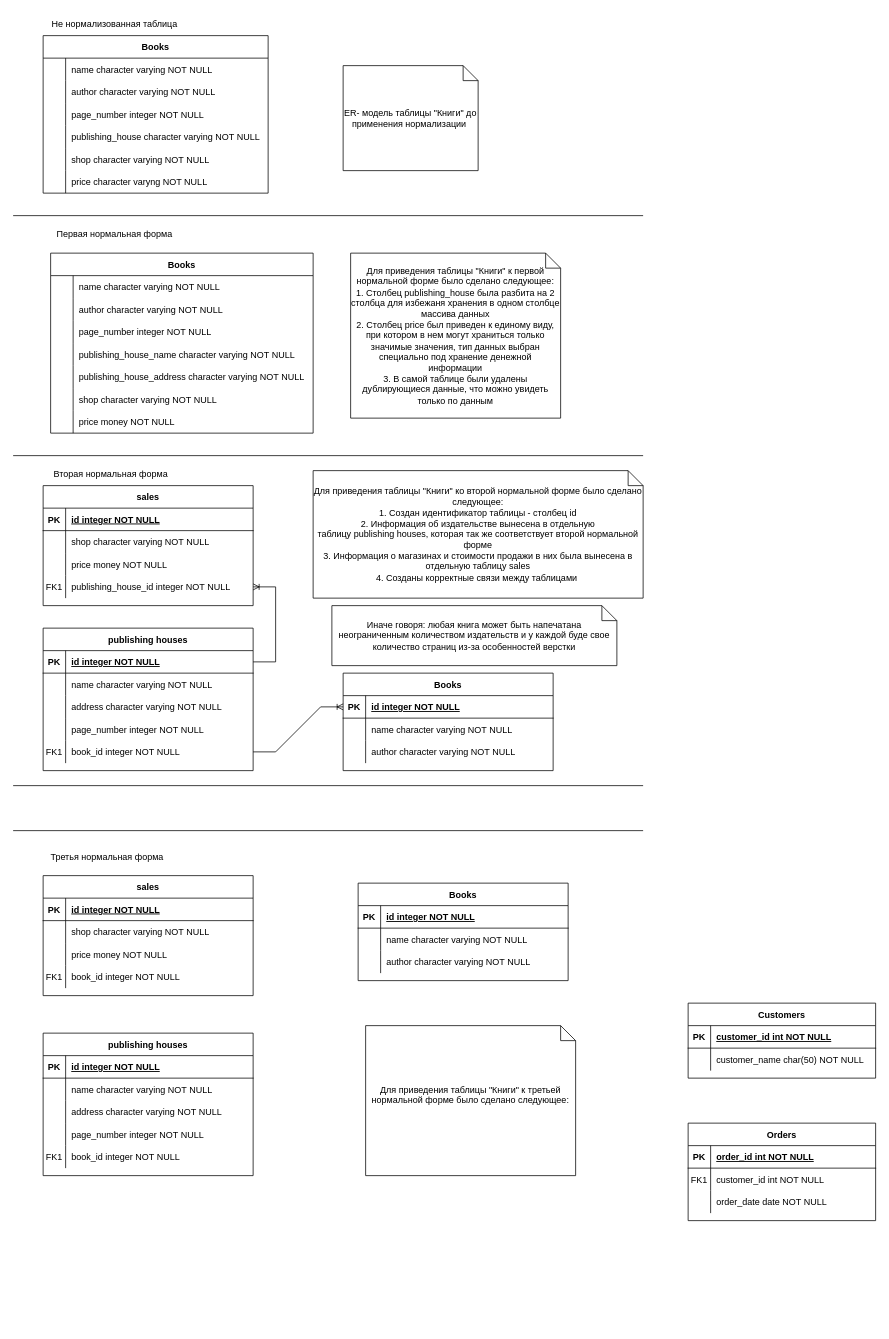
Above: Диаграмма без названия.drawio in Anna-the-racoon/For_draw_io (draw.io), before the change. Source tidied: cells renumbered, new cells numbered last; positions are measured from the earlier drawing's top-left corner, leaving out a move shared by most shapes. Both pictures are drawn from the tidied source at 75%, with x=0, y=0 at pixel (13, 13).
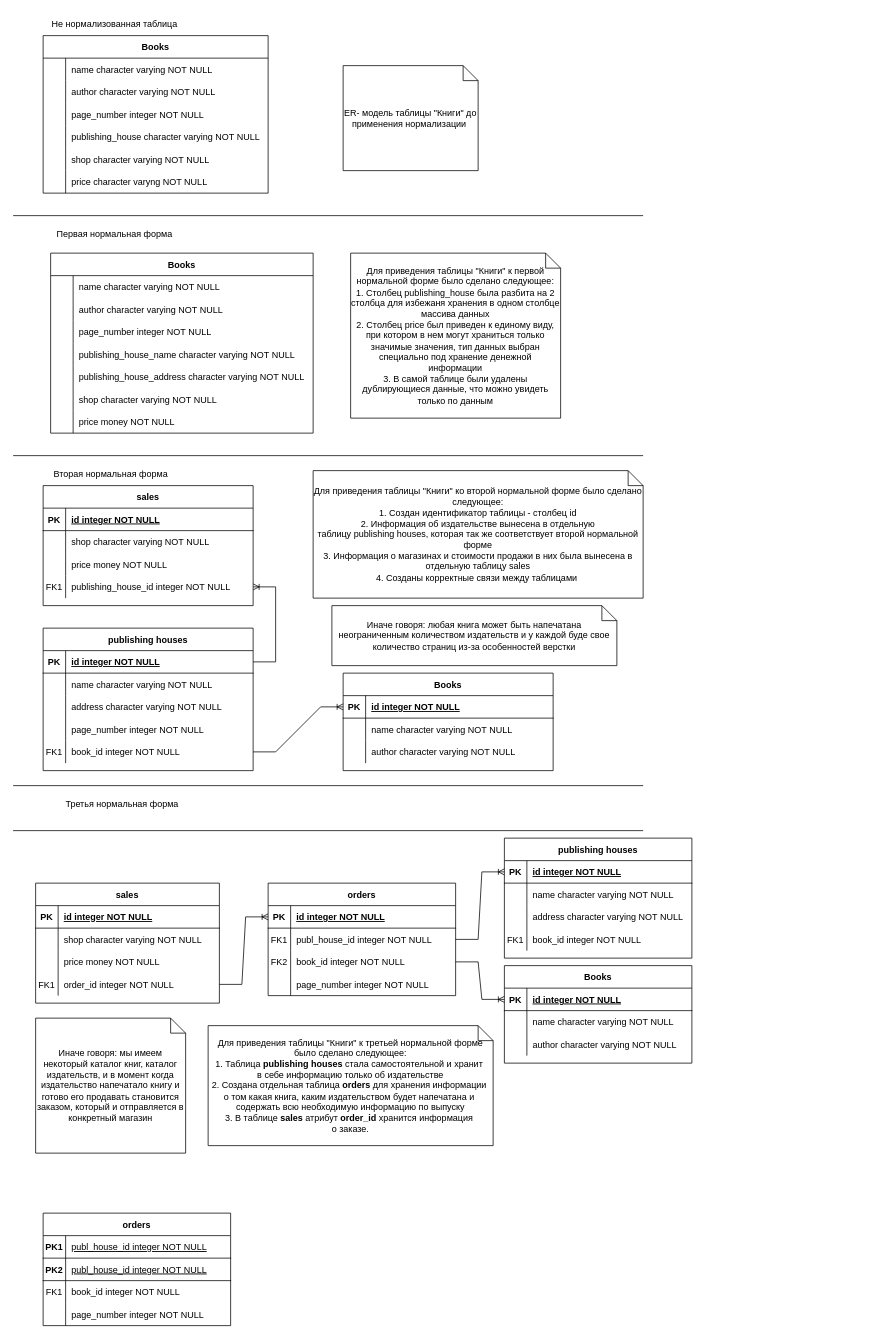
The same diagram, later.

Unchanged cells that the change refers to:
```xml
<mxCell id="30" style="shape=partialRectangle;fillColor=none;points=[[0,0.5],[1,0.5]];portConstraint=eastwest;top=0;left=0;right=0;bottom=1;" parent="29" vertex="1">
  <mxGeometry y="30" width="250" height="30" as="geometry" />
</mxCell>
<mxCell id="33" style="shape=partialRectangle;fillColor=none;points=[[0,0.5],[1,0.5]];portConstraint=eastwest;top=0;left=0;right=0;bottom=0;" parent="29" vertex="1">
  <mxGeometry y="60" width="250" height="30" as="geometry" />
</mxCell>
<mxCell id="36" style="shape=partialRectangle;fillColor=none;points=[[0,0.5],[1,0.5]];portConstraint=eastwest;top=0;left=0;right=0;bottom=0;" parent="29" vertex="1">
  <mxGeometry y="90" width="250" height="30" as="geometry" />
</mxCell>
```

Change to the diagram source:
```diff
@@
-    <mxCell id="29" value="Orders" style="shape=table;startSize=30;childLayout=tableLayout;rowLines=0;fontStyle=1;align=center;" parent="1" vertex="1">
-      <mxGeometry x="900" y="1480" width="250" height="130" as="geometry" />
+    <mxCell id="29" value="orders" style="shape=table;startSize=30;childLayout=tableLayout;rowLines=0;fontStyle=1;align=center;" parent="1" vertex="1">
+      <mxGeometry x="340" y="1160" width="250" height="150" as="geometry" />
     </mxCell>
@@
-    <mxCell id="32" value="order_id int NOT NULL " style="shape=partialRectangle;overflow=hidden;fillColor=none;top=0;left=0;bottom=0;right=0;align=left;spacingLeft=6;fontStyle=5;" parent="30" vertex="1">
+    <mxCell id="32" value="id integer NOT NULL " style="shape=partialRectangle;overflow=hidden;fillColor=none;top=0;left=0;bottom=0;right=0;align=left;spacingLeft=6;fontStyle=5;" parent="30" vertex="1">
       <mxGeometry x="30" width="220" height="30" as="geometry" />
     </mxCell>
@@
-    <mxCell id="35" value="customer_id int NOT NULL" style="shape=partialRectangle;overflow=hidden;fillColor=none;top=0;left=0;bottom=0;right=0;align=left;spacingLeft=6;" parent="33" vertex="1">
+    <mxCell id="35" value="publ_house_id integer NOT NULL" style="shape=partialRectangle;overflow=hidden;fillColor=none;top=0;left=0;bottom=0;right=0;align=left;spacingLeft=6;" parent="33" vertex="1">
       <mxGeometry x="30" width="220" height="30" as="geometry" />
     </mxCell>
@@
-    <mxCell id="37" style="shape=partialRectangle;overflow=hidden;fillColor=none;top=0;left=0;bottom=0;right=0;" parent="36" vertex="1">
+    <mxCell id="37" value="FK2" style="shape=partialRectangle;overflow=hidden;fillColor=none;top=0;left=0;bottom=0;right=0;" parent="36" vertex="1">
       <mxGeometry width="30" height="30" as="geometry" />
     </mxCell>
-    <mxCell id="38" value="order_date date NOT NULL" style="shape=partialRectangle;overflow=hidden;fillColor=none;top=0;left=0;bottom=0;right=0;align=left;spacingLeft=6;" parent="36" vertex="1">
+    <mxCell id="38" value="book_id integer NOT NULL" style="shape=partialRectangle;overflow=hidden;fillColor=none;top=0;left=0;bottom=0;right=0;align=left;spacingLeft=6;" parent="36" vertex="1">
       <mxGeometry x="30" width="220" height="30" as="geometry" />
     </mxCell>
-    <mxCell id="39" value="Customers" style="shape=table;startSize=30;childLayout=tableLayout;rowLines=0;fontStyle=1;align=center;" parent="1" vertex="1">
-      <mxGeometry x="900" y="1320" width="250" height="100" as="geometry" />
-    </mxCell>
-    <mxCell id="40" style="shape=partialRectangle;fillColor=none;top=0;left=0;right=0;bottom=1;" parent="39" vertex="1">
-      <mxGeometry y="30" width="250" height="30" as="geometry" />
-    </mxCell>
-    <mxCell id="41" value="PK" style="shape=partialRectangle;overflow=hidden;fillColor=none;top=0;left=0;bottom=0;right=0;fontStyle=1;" parent="40" vertex="1">
-      <mxGeometry width="30" height="30" as="geometry" />
-    </mxCell>
-    <mxCell id="42" value="customer_id int NOT NULL " style="shape=partialRectangle;overflow=hidden;fillColor=none;top=0;left=0;bottom=0;right=0;align=left;spacingLeft=6;fontStyle=5;" parent="40" vertex="1">
-      <mxGeometry x="30" width="220" height="30" as="geometry" />
-    </mxCell>
-    <mxCell id="43" style="shape=partialRectangle;fillColor=none;top=0;left=0;right=0;bottom=0;" parent="39" vertex="1">
-      <mxGeometry y="60" width="250" height="30" as="geometry" />
-    </mxCell>
-    <mxCell id="44" style="shape=partialRectangle;overflow=hidden;fillColor=none;top=0;left=0;bottom=0;right=0;" parent="43" vertex="1">
-      <mxGeometry width="30" height="30" as="geometry" />
-    </mxCell>
-    <mxCell id="45" value="customer_name char(50) NOT NULL" style="shape=partialRectangle;overflow=hidden;fillColor=none;top=0;left=0;bottom=0;right=0;align=left;spacingLeft=6;" parent="43" vertex="1">
-      <mxGeometry x="30" width="220" height="30" as="geometry" />
-    </mxCell>
+    <mxCell id="155" style="shape=partialRectangle;fillColor=none;top=0;left=0;right=0;bottom=0;" parent="29" vertex="1">
+      <mxGeometry y="120" width="250" height="30" as="geometry" />
+    </mxCell>
+    <mxCell id="156" style="shape=partialRectangle;overflow=hidden;fillColor=none;top=0;left=0;bottom=0;right=0;" parent="155" vertex="1">
+      <mxGeometry width="30" height="30" as="geometry" />
+    </mxCell>
+    <mxCell id="157" value="page_number integer NOT NULL" style="shape=partialRectangle;overflow=hidden;fillColor=none;top=0;left=0;bottom=0;right=0;align=left;spacingLeft=6;" parent="155" vertex="1">
+      <mxGeometry x="30" width="220" height="30" as="geometry" />
+    </mxCell>
@@
     <mxCell id="110" value="Третья нормальная форма" style="text;html=1;align=center;verticalAlign=middle;strokeColor=none;fillColor=none;" parent="1" vertex="1">
-      <mxGeometry x="40" y="1110" width="170" height="30" as="geometry" />
+      <mxGeometry x="60" y="1040" width="170" height="30" as="geometry" />
     </mxCell>
     <mxCell id="111" value="sales" style="shape=table;startSize=30;childLayout=tableLayout;rowLines=0;fontStyle=1;align=center;" parent="1" vertex="1">
-      <mxGeometry x="40" y="1150" width="280" height="160" as="geometry" />
+      <mxGeometry x="30" y="1160" width="245" height="160" as="geometry" />
     </mxCell>
     <mxCell id="112" style="shape=partialRectangle;fillColor=none;top=0;left=0;right=0;bottom=1;" parent="111" vertex="1">
-      <mxGeometry y="30" width="280" height="30" as="geometry" />
+      <mxGeometry y="30" width="245" height="30" as="geometry" />
     </mxCell>
@@
     <mxCell id="114" value="id integer NOT NULL" style="shape=partialRectangle;overflow=hidden;fillColor=none;top=0;left=0;bottom=0;right=0;align=left;spacingLeft=6;fontStyle=5;" parent="112" vertex="1">
-      <mxGeometry x="30" width="250" height="30" as="geometry" />
+      <mxGeometry x="30" width="215" height="30" as="geometry" />
     </mxCell>
     <mxCell id="115" style="shape=partialRectangle;fillColor=none;top=0;left=0;right=0;bottom=0;" parent="111" vertex="1">
-      <mxGeometry y="60" width="280" height="30" as="geometry" />
+      <mxGeometry y="60" width="245" height="30" as="geometry" />
     </mxCell>
@@
     <mxCell id="117" value="shop character varying NOT NULL" style="shape=partialRectangle;overflow=hidden;fillColor=none;top=0;left=0;bottom=0;right=0;align=left;spacingLeft=6;" parent="115" vertex="1">
-      <mxGeometry x="30" width="250" height="30" as="geometry" />
+      <mxGeometry x="30" width="215" height="30" as="geometry" />
     </mxCell>
     <mxCell id="118" style="shape=partialRectangle;fillColor=none;top=0;left=0;right=0;bottom=0;" parent="111" vertex="1">
-      <mxGeometry y="90" width="280" height="30" as="geometry" />
+      <mxGeometry y="90" width="245" height="30" as="geometry" />
     </mxCell>
@@
     <mxCell id="120" value="price money NOT NULL" style="shape=partialRectangle;overflow=hidden;fillColor=none;top=0;left=0;bottom=0;right=0;align=left;spacingLeft=6;" parent="118" vertex="1">
-      <mxGeometry x="30" width="250" height="30" as="geometry" />
+      <mxGeometry x="30" width="215" height="30" as="geometry" />
     </mxCell>
     <mxCell id="121" style="shape=partialRectangle;fillColor=none;points=[[0,0.5],[1,0.5]];portConstraint=eastwest;top=0;left=0;right=0;bottom=0;" parent="111" vertex="1">
-      <mxGeometry y="120" width="280" height="30" as="geometry" />
+      <mxGeometry y="120" width="245" height="30" as="geometry" />
     </mxCell>
@@
-    <mxCell id="123" value="book_id integer NOT NULL" style="shape=partialRectangle;overflow=hidden;fillColor=none;top=0;left=0;bottom=0;right=0;align=left;spacingLeft=6;" parent="121" vertex="1">
-      <mxGeometry x="30" width="250" height="30" as="geometry" />
+    <mxCell id="123" value="order_id integer NOT NULL" style="shape=partialRectangle;overflow=hidden;fillColor=none;top=0;left=0;bottom=0;right=0;align=left;spacingLeft=6;" parent="121" vertex="1">
+      <mxGeometry x="30" width="215" height="30" as="geometry" />
     </mxCell>
-    <mxCell id="124" value="Для приведения таблицы &quot;Книги&quot; к третьей нормальной форме было сделано следующее:&lt;div&gt;&lt;br&gt;&lt;/div&gt;" style="shape=note;size=20;whiteSpace=wrap;html=1;" parent="1" vertex="1">
-      <mxGeometry x="470" y="1350" width="280" height="200" as="geometry" />
+    <mxCell id="124" value="Для приведения таблицы &quot;Книги&quot; к третьей нормальной форме было сделано следующее:&lt;div&gt;1. Таблица&amp;nbsp;&lt;span style=&quot;font-weight: 700; text-wrap-mode: nowrap; background-color: initial;&quot;&gt;publishing houses &lt;/span&gt;&lt;span style=&quot;text-wrap-mode: nowrap; background-color: initial;&quot;&gt;стала самостоятельной&amp;nbsp;&lt;/span&gt;&lt;span style=&quot;background-color: initial; text-wrap-mode: nowrap;&quot;&gt;и хранит&amp;nbsp;&lt;/span&gt;&lt;/div&gt;&lt;div&gt;&lt;span style=&quot;background-color: initial; text-wrap-mode: nowrap;&quot;&gt;в себе информацию только об издательстве&lt;/span&gt;&lt;/div&gt;&lt;div&gt;&lt;span style=&quot;background-color: initial; text-wrap-mode: nowrap;&quot;&gt;2. Создана отдельная таблица&amp;nbsp;&lt;/span&gt;&lt;span style=&quot;font-weight: 700; text-wrap-mode: nowrap; background-color: initial;&quot;&gt;orders &lt;/span&gt;&lt;span style=&quot;text-wrap-mode: nowrap; background-color: initial;&quot;&gt;для хранения информации&amp;nbsp;&lt;/span&gt;&lt;/div&gt;&lt;div&gt;&lt;span style=&quot;text-wrap-mode: nowrap; background-color: initial;&quot;&gt;о том какая книга, каким издательством будет напечатана и&amp;nbsp;&lt;/span&gt;&lt;/div&gt;&lt;div&gt;&lt;span style=&quot;text-wrap-mode: nowrap; background-color: initial;&quot;&gt;содержать всю необходимую информацию по выпуску&lt;/span&gt;&lt;/div&gt;&lt;div&gt;&lt;span style=&quot;text-wrap-mode: nowrap; background-color: initial;&quot;&gt;3. В таблице&amp;nbsp;&lt;/span&gt;&lt;span style=&quot;font-weight: 700; text-wrap-mode: nowrap; background-color: initial;&quot;&gt;sales&lt;/span&gt;&lt;span style=&quot;text-wrap-mode: nowrap; background-color: initial;&quot;&gt;&amp;nbsp;атрибут&amp;nbsp;&lt;/span&gt;&lt;span style=&quot;text-align: left; text-wrap-mode: nowrap; background-color: initial;&quot;&gt;&lt;b&gt;order_id&lt;/b&gt;&amp;nbsp;хранится информация&amp;nbsp;&lt;/span&gt;&lt;/div&gt;&lt;div&gt;&lt;span style=&quot;text-align: left; text-wrap-mode: nowrap; background-color: initial;&quot;&gt;о заказе.&lt;/span&gt;&lt;/div&gt;" style="shape=note;size=20;whiteSpace=wrap;html=1;" parent="1" vertex="1">
+      <mxGeometry x="260" y="1350" width="380" height="160" as="geometry" />
     </mxCell>
@@
     <mxCell id="127" value="Books" style="shape=table;startSize=30;childLayout=tableLayout;rowLines=0;fontStyle=1;align=center;" parent="1" vertex="1">
-      <mxGeometry x="460" y="1160" width="280" height="130" as="geometry" />
+      <mxGeometry x="655" y="1270" width="250" height="130" as="geometry" />
     </mxCell>
     <mxCell id="128" style="shape=partialRectangle;fillColor=none;points=[[0,0.5],[1,0.5]];portConstraint=eastwest;top=0;left=0;right=0;bottom=1;" parent="127" vertex="1">
-      <mxGeometry y="30" width="280" height="30" as="geometry" />
+      <mxGeometry y="30" width="250" height="30" as="geometry" />
     </mxCell>
@@
     <mxCell id="130" value="id integer NOT NULL" style="shape=partialRectangle;overflow=hidden;fillColor=none;top=0;left=0;bottom=0;right=0;align=left;spacingLeft=6;fontStyle=5;" parent="128" vertex="1">
-      <mxGeometry x="30" width="250" height="30" as="geometry" />
+      <mxGeometry x="30" width="220" height="30" as="geometry" />
     </mxCell>
     <mxCell id="131" style="shape=partialRectangle;fillColor=none;top=0;left=0;right=0;bottom=0;" parent="127" vertex="1">
-      <mxGeometry y="60" width="280" height="30" as="geometry" />
+      <mxGeometry y="60" width="250" height="30" as="geometry" />
     </mxCell>
@@
     <mxCell id="133" value="name character varying NOT NULL" style="shape=partialRectangle;overflow=hidden;fillColor=none;top=0;left=0;bottom=0;right=0;align=left;spacingLeft=6;" parent="131" vertex="1">
-      <mxGeometry x="30" width="250" height="30" as="geometry" />
+      <mxGeometry x="30" width="220" height="30" as="geometry" />
     </mxCell>
     <mxCell id="134" style="shape=partialRectangle;fillColor=none;top=0;left=0;right=0;bottom=0;" parent="127" vertex="1">
-      <mxGeometry y="90" width="280" height="30" as="geometry" />
+      <mxGeometry y="90" width="250" height="30" as="geometry" />
     </mxCell>
@@
     <mxCell id="136" value="author character varying NOT NULL" style="shape=partialRectangle;overflow=hidden;fillColor=none;top=0;left=0;bottom=0;right=0;align=left;spacingLeft=6;" parent="134" vertex="1">
-      <mxGeometry x="30" width="250" height="30" as="geometry" />
+      <mxGeometry x="30" width="220" height="30" as="geometry" />
     </mxCell>
@@
     <mxCell id="138" value="publishing houses" style="shape=table;startSize=30;childLayout=tableLayout;rowLines=0;fontStyle=1;align=center;" parent="1" vertex="1">
-      <mxGeometry x="40" y="1360" width="280" height="190" as="geometry" />
+      <mxGeometry x="655" y="1100" width="250" height="160" as="geometry" />
     </mxCell>
     <mxCell id="139" style="shape=partialRectangle;fillColor=none;points=[[0,0.5],[1,0.5]];portConstraint=eastwest;top=0;left=0;right=0;bottom=1;" parent="138" vertex="1">
-      <mxGeometry y="30" width="280" height="30" as="geometry" />
+      <mxGeometry y="30" width="250" height="30" as="geometry" />
     </mxCell>
@@
     <mxCell id="141" value="id integer NOT NULL" style="shape=partialRectangle;overflow=hidden;fillColor=none;top=0;left=0;bottom=0;right=0;align=left;spacingLeft=6;fontStyle=5;" parent="139" vertex="1">
-      <mxGeometry x="30" width="250" height="30" as="geometry" />
+      <mxGeometry x="30" width="220" height="30" as="geometry" />
     </mxCell>
     <mxCell id="142" style="shape=partialRectangle;fillColor=none;top=0;left=0;right=0;bottom=0;" parent="138" vertex="1">
-      <mxGeometry y="60" width="280" height="30" as="geometry" />
+      <mxGeometry y="60" width="250" height="30" as="geometry" />
     </mxCell>
@@
     <mxCell id="144" value="name character varying NOT NULL" style="shape=partialRectangle;overflow=hidden;fillColor=none;top=0;left=0;bottom=0;right=0;align=left;spacingLeft=6;" parent="142" vertex="1">
-      <mxGeometry x="30" width="250" height="30" as="geometry" />
+      <mxGeometry x="30" width="220" height="30" as="geometry" />
     </mxCell>
     <mxCell id="145" style="shape=partialRectangle;fillColor=none;top=0;left=0;right=0;bottom=0;" parent="138" vertex="1">
-      <mxGeometry y="90" width="280" height="30" as="geometry" />
+      <mxGeometry y="90" width="250" height="30" as="geometry" />
     </mxCell>
@@
     <mxCell id="147" value="address character varying NOT NULL" style="shape=partialRectangle;overflow=hidden;fillColor=none;top=0;left=0;bottom=0;right=0;align=left;spacingLeft=6;" parent="145" vertex="1">
-      <mxGeometry x="30" width="250" height="30" as="geometry" />
+      <mxGeometry x="30" width="220" height="30" as="geometry" />
     </mxCell>
-    <mxCell id="148" style="shape=partialRectangle;fillColor=none;top=0;left=0;right=0;bottom=0;" parent="138" vertex="1">
-      <mxGeometry y="120" width="280" height="30" as="geometry" />
-    </mxCell>
-    <mxCell id="149" style="shape=partialRectangle;overflow=hidden;fillColor=none;top=0;left=0;bottom=0;right=0;" parent="148" vertex="1">
-      <mxGeometry width="30" height="30" as="geometry" />
-    </mxCell>
-    <mxCell id="150" value="page_number integer NOT NULL" style="shape=partialRectangle;overflow=hidden;fillColor=none;top=0;left=0;bottom=0;right=0;align=left;spacingLeft=6;" parent="148" vertex="1">
-      <mxGeometry x="30" width="250" height="30" as="geometry" />
-    </mxCell>
     <mxCell id="151" style="shape=partialRectangle;fillColor=none;top=0;left=0;right=0;bottom=0;" parent="138" vertex="1">
-      <mxGeometry y="150" width="280" height="30" as="geometry" />
+      <mxGeometry y="120" width="250" height="30" as="geometry" />
     </mxCell>
@@
     <mxCell id="153" value="book_id integer NOT NULL" style="shape=partialRectangle;overflow=hidden;fillColor=none;top=0;left=0;bottom=0;right=0;align=left;spacingLeft=6;" parent="151" vertex="1">
-      <mxGeometry x="30" width="250" height="30" as="geometry" />
+      <mxGeometry x="30" width="220" height="30" as="geometry" />
     </mxCell>
@@
+    <mxCell id="158" style="edgeStyle=entityRelationEdgeStyle;fontSize=12;html=1;endArrow=ERoneToMany;rounded=0;exitX=1;exitY=0.5;exitDx=0;exitDy=0;entryX=0;entryY=0.5;entryDx=0;entryDy=0;" parent="1" edge="1" source="36" target="128">
+      <mxGeometry relative="1" as="geometry" />
+    </mxCell>
+    <mxCell id="159" style="edgeStyle=entityRelationEdgeStyle;fontSize=12;html=1;endArrow=ERoneToMany;rounded=0;exitX=1;exitY=0.5;exitDx=0;exitDy=0;entryX=0;entryY=0.5;entryDx=0;entryDy=0;" parent="1" edge="1" source="33" target="139">
+      <mxGeometry relative="1" as="geometry">
+        <Array as="points">
+          <mxPoint x="340" y="1360" />
+          <mxPoint x="360" y="1330" />
+        </Array>
+      </mxGeometry>
+    </mxCell>
+    <mxCell id="160" value="Иначе говоря: мы имеем некоторый каталог книг, каталог издательств, и в момент когда издательство напечатало книгу и готово его продавать становится заказом, который и отправляется в конкретный магазин" style="shape=note;size=20;whiteSpace=wrap;html=1;" parent="1" vertex="1">
+      <mxGeometry x="30" y="1340" width="200" height="180" as="geometry" />
+    </mxCell>
+    <mxCell id="161" style="edgeStyle=entityRelationEdgeStyle;fontSize=12;html=1;endArrow=ERoneToMany;rounded=0;exitX=1;exitY=0.5;exitDx=0;exitDy=0;entryX=0;entryY=0.5;entryDx=0;entryDy=0;" parent="1" edge="1" source="121" target="30">
+      <mxGeometry relative="1" as="geometry">
+        <Array as="points">
+          <mxPoint x="510" y="1325" />
+        </Array>
+      </mxGeometry>
+    </mxCell>
+    <mxCell id="162" value="orders" style="shape=table;startSize=30;childLayout=tableLayout;rowLines=0;fontStyle=1;align=center;" parent="1" vertex="1">
+      <mxGeometry x="40" y="1600" width="250" height="150" as="geometry" />
+    </mxCell>
+    <mxCell id="40" style="shape=partialRectangle;fillColor=none;top=0;left=0;right=0;bottom=1;" parent="162" vertex="1">
+      <mxGeometry y="30" width="250" height="30" as="geometry" />
+    </mxCell>
+    <mxCell id="163" value="PK1" style="shape=partialRectangle;overflow=hidden;fillColor=none;top=0;left=0;bottom=0;right=0;fontStyle=1;" parent="40" vertex="1">
+      <mxGeometry width="30" height="30" as="geometry" />
+    </mxCell>
+    <mxCell id="164" value="publ_house_id integer NOT NULL" style="shape=partialRectangle;overflow=hidden;fillColor=none;top=0;left=0;bottom=0;right=0;align=left;spacingLeft=6;fontStyle=4;" parent="40" vertex="1">
+      <mxGeometry x="30" width="220" height="30" as="geometry" />
+    </mxCell>
+    <mxCell id="165" style="shape=partialRectangle;fillColor=none;top=0;left=0;right=0;bottom=1;" parent="162" vertex="1">
+      <mxGeometry y="60" width="250" height="30" as="geometry" />
+    </mxCell>
+    <mxCell id="166" value="PK2" style="shape=partialRectangle;overflow=hidden;fillColor=none;top=0;left=0;bottom=0;right=0;fontStyle=1;" parent="165" vertex="1">
+      <mxGeometry width="30" height="30" as="geometry" />
+    </mxCell>
+    <mxCell id="167" value="publ_house_id integer NOT NULL" style="shape=partialRectangle;overflow=hidden;fillColor=none;top=0;left=0;bottom=0;right=0;align=left;spacingLeft=6;fontStyle=4;" parent="165" vertex="1">
+      <mxGeometry x="30" width="220" height="30" as="geometry" />
+    </mxCell>
+    <mxCell id="168" style="shape=partialRectangle;fillColor=none;top=0;left=0;right=0;bottom=0;" parent="162" vertex="1">
+      <mxGeometry y="90" width="250" height="30" as="geometry" />
+    </mxCell>
+    <mxCell id="169" value="FK1" style="shape=partialRectangle;overflow=hidden;fillColor=none;top=0;left=0;bottom=0;right=0;" parent="168" vertex="1">
+      <mxGeometry width="30" height="30" as="geometry" />
+    </mxCell>
+    <mxCell id="170" value="book_id integer NOT NULL" style="shape=partialRectangle;overflow=hidden;fillColor=none;top=0;left=0;bottom=0;right=0;align=left;spacingLeft=6;" parent="168" vertex="1">
+      <mxGeometry x="30" width="220" height="30" as="geometry" />
+    </mxCell>
+    <mxCell id="171" style="shape=partialRectangle;fillColor=none;top=0;left=0;right=0;bottom=0;" parent="162" vertex="1">
+      <mxGeometry y="120" width="250" height="30" as="geometry" />
+    </mxCell>
+    <mxCell id="172" style="shape=partialRectangle;overflow=hidden;fillColor=none;top=0;left=0;bottom=0;right=0;" parent="171" vertex="1">
+      <mxGeometry width="30" height="30" as="geometry" />
+    </mxCell>
+    <mxCell id="173" value="page_number integer NOT NULL" style="shape=partialRectangle;overflow=hidden;fillColor=none;top=0;left=0;bottom=0;right=0;align=left;spacingLeft=6;" parent="171" vertex="1">
+      <mxGeometry x="30" width="220" height="30" as="geometry" />
+    </mxCell>
```
